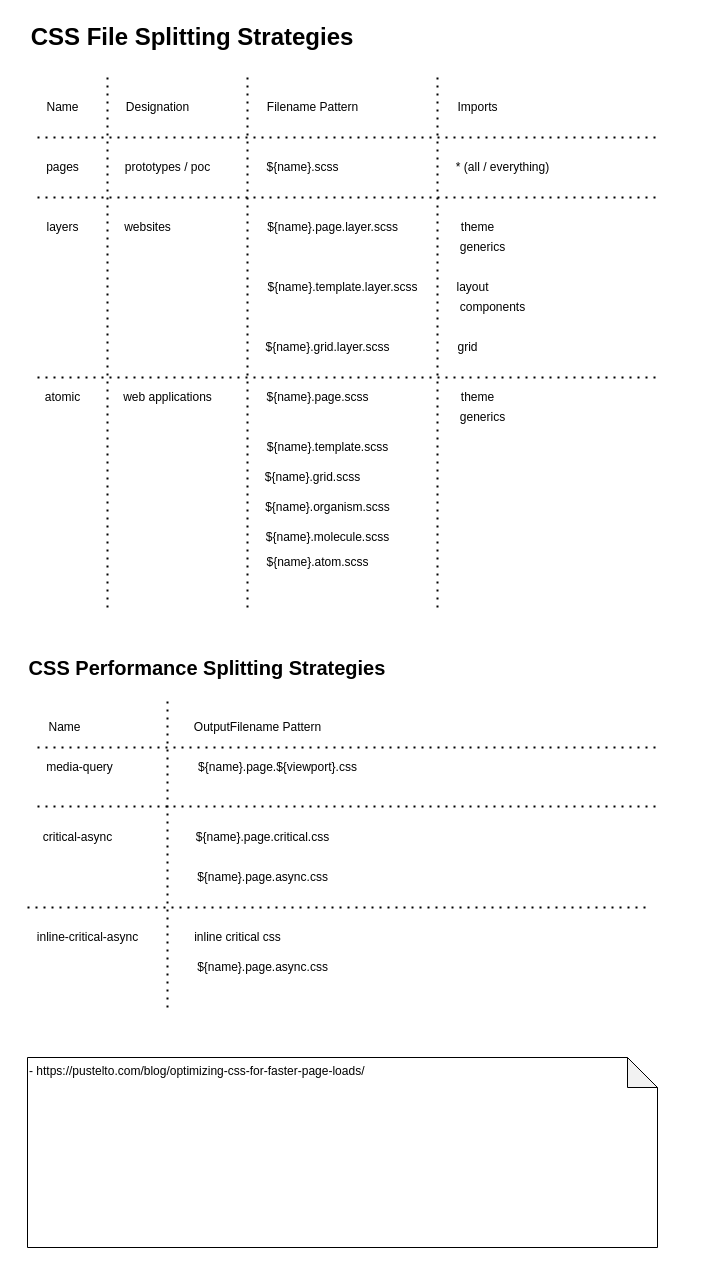
Before: wiki/architecture/css-spliting-strategies.drawio in paulAlexSerban/tpl--static-website, a draw.io diagram. Source tidied: cells renumbered, new cells numbered last; positions are measured from the earlier drawing's top-left corner, leaving out a move shared by most shapes. Both pictures are drawn from the tidied source at 100%, with x=0, y=0 at pixel (17, 17).
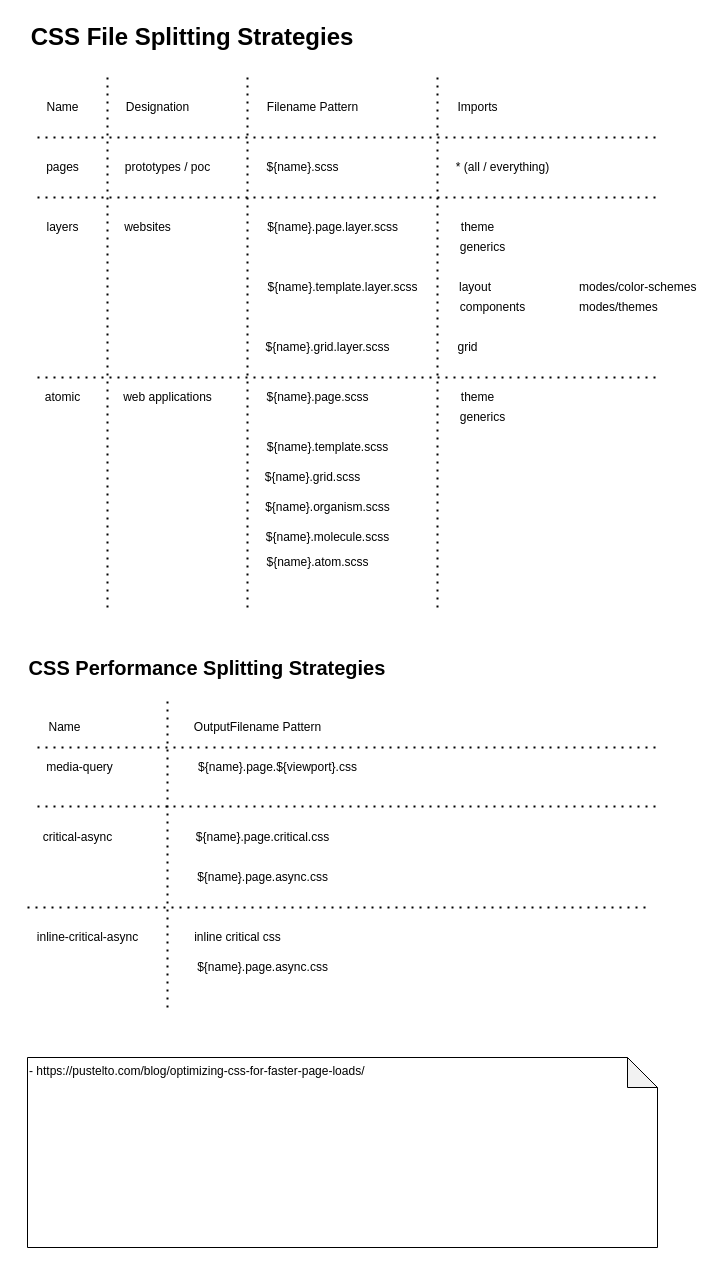
The same page after the edit.

What changed in the source:
```diff
@@
-    <mxCell id="19" value="layout" style="text;html=1;align=center;verticalAlign=middle;strokeColor=none;fillColor=none;" parent="1" vertex="1">
-      <mxGeometry x="430" y="260" width="50" height="20" as="geometry" />
+    <mxCell id="19" value="layout" style="text;html=1;align=left;verticalAlign=middle;strokeColor=none;fillColor=none;" parent="1" vertex="1">
+      <mxGeometry x="440" y="260" width="50" height="20" as="geometry" />
     </mxCell>
@@
+    <mxCell id="53" value="modes/color-schemes" style="text;html=1;align=left;verticalAlign=middle;strokeColor=none;fillColor=none;" parent="1" vertex="1">
+      <mxGeometry x="560" y="260" width="130" height="20" as="geometry" />
+    </mxCell>
+    <mxCell id="54" value="modes/themes" style="text;html=1;align=left;verticalAlign=middle;strokeColor=none;fillColor=none;" parent="1" vertex="1">
+      <mxGeometry x="560" y="280" width="90" height="20" as="geometry" />
+    </mxCell>
```
